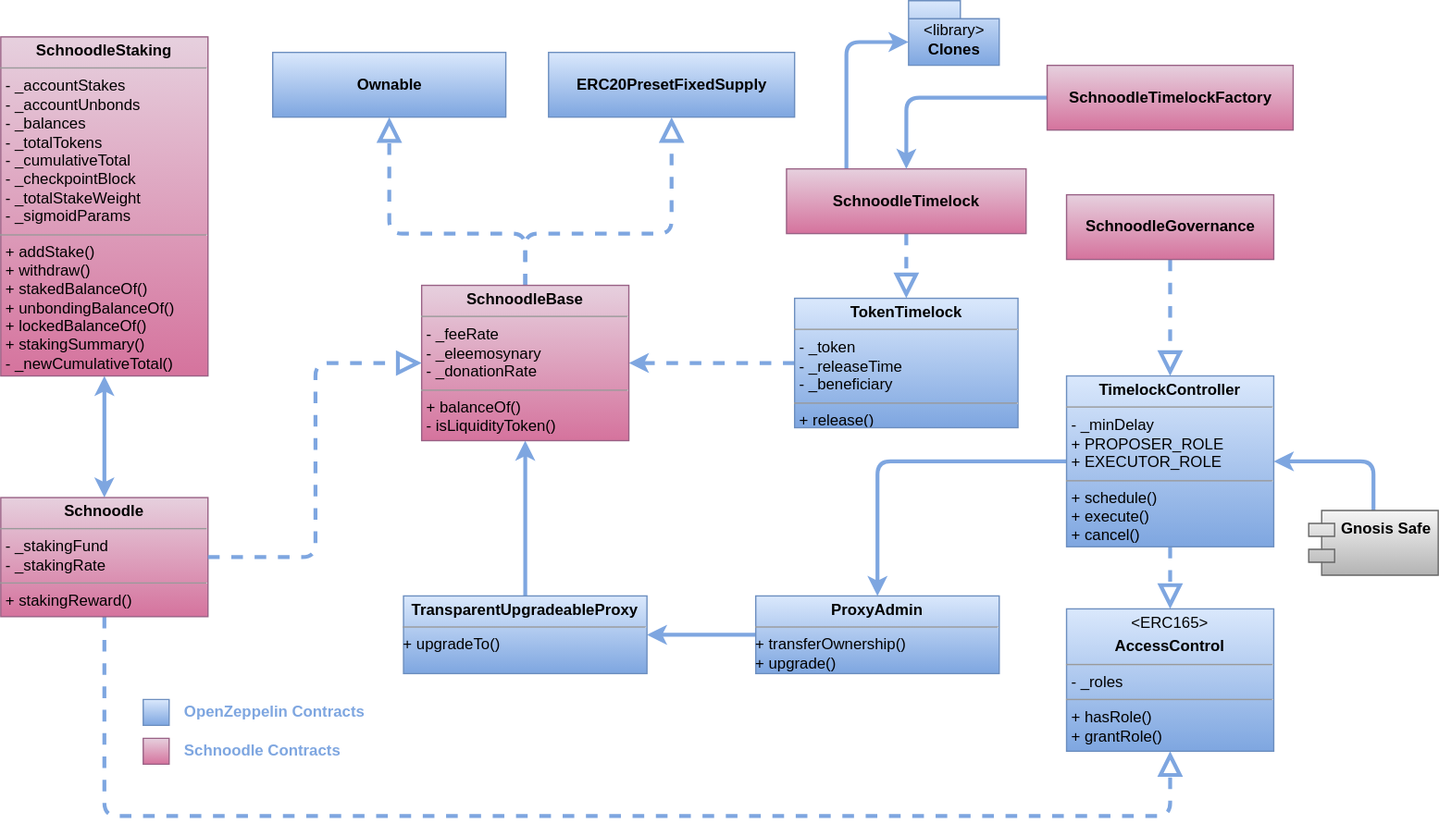
Above: docs/.gitbook/assets/architecture.svg in schnoodledao/contracts (draw.io), before the change. Source tidied: cells renumbered, new cells last; positions are measured from the earlier drawing's top-left corner, leaving out a move shared by most shapes.
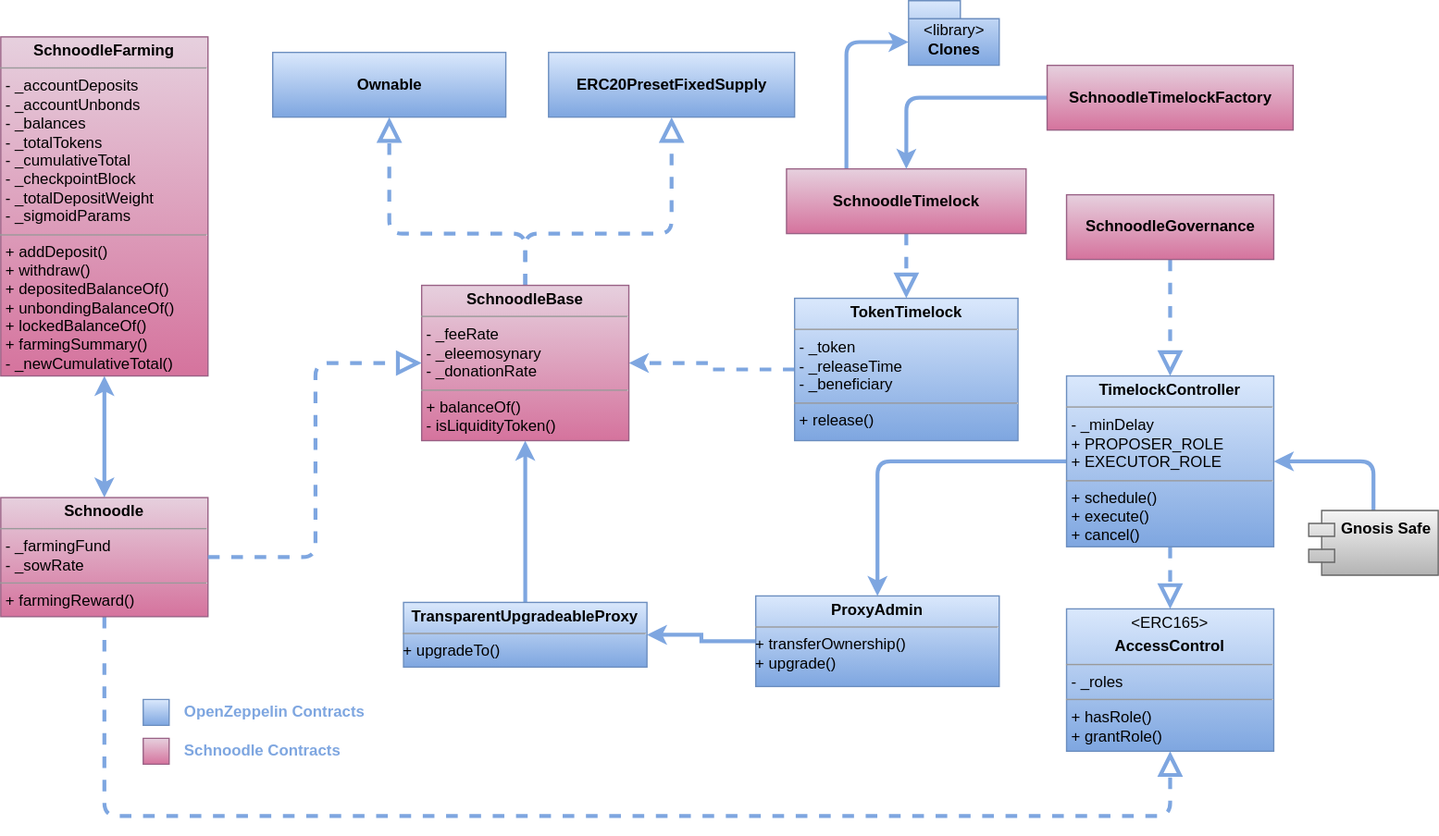
The same diagram one commit later.

What changed in the source:
```diff
@@ -47,7 +47,7 @@
       <mxGeometry relative="1" as="geometry" />
     </mxCell>
     <mxCell id="15" value="&lt;p style=&quot;margin: 0px ; margin-top: 4px ; text-align: center&quot;&gt;&lt;b&gt;TokenTimelock&lt;/b&gt;&lt;/p&gt;&lt;hr size=&quot;1&quot;&gt;&lt;p style=&quot;margin: 0px ; margin-left: 4px&quot;&gt;- _token&lt;/p&gt;&lt;p style=&quot;margin: 0px ; margin-left: 4px&quot;&gt;- _releaseTime&lt;br style=&quot;padding: 0px ; margin: 0px&quot;&gt;- _beneficiary&lt;br&gt;&lt;/p&gt;&lt;hr size=&quot;1&quot;&gt;&lt;p style=&quot;margin: 0px ; margin-left: 4px&quot;&gt;+ release()&lt;/p&gt;" style="verticalAlign=top;align=left;overflow=fill;fontSize=12;fontFamily=Helvetica;html=1;fillColor=#dae8fc;strokeColor=#6c8ebf;gradientColor=#7ea6e0;" parent="1" vertex="1">
-      <mxGeometry x="613" y="230" width="172.5" height="100" as="geometry" />
+      <mxGeometry x="613" y="230" width="172.5" height="110" as="geometry" />
     </mxCell>
     <mxCell id="16" style="edgeStyle=orthogonalEdgeStyle;rounded=1;jettySize=auto;html=1;exitX=0.5;exitY=0;exitDx=0;exitDy=0;entryX=0.5;entryY=1;entryDx=0;entryDy=0;strokeColor=#7EA6E0;strokeWidth=3;dashed=1;endArrow=block;endFill=0;endSize=12;" parent="1" edge="1" source="17" target="33">
       <mxGeometry relative="1" as="geometry">
@@ -64,10 +64,10 @@
       <mxGeometry x="823" y="290" width="160" height="132" as="geometry" />
     </mxCell>
     <mxCell id="19" value="&lt;p style=&quot;margin: 0px ; margin-top: 4px ; text-align: center&quot;&gt;&lt;b&gt;TransparentUpgradeableProxy&lt;/b&gt;&lt;/p&gt;&lt;hr size=&quot;1&quot;&gt;&lt;div style=&quot;height: 2px&quot;&gt;+ upgradeTo()&lt;/div&gt;" style="verticalAlign=top;align=left;overflow=fill;fontSize=12;fontFamily=Helvetica;html=1;fillColor=#dae8fc;strokeColor=#6c8ebf;gradientColor=#7ea6e0;" parent="1" vertex="1">
-      <mxGeometry x="311" y="460" width="188" height="60" as="geometry" />
+      <mxGeometry x="311" y="465" width="188" height="50" as="geometry" />
     </mxCell>
     <mxCell id="20" value="&lt;p style=&quot;margin: 0px ; margin-top: 4px ; text-align: center&quot;&gt;&lt;b&gt;ProxyAdmin&lt;/b&gt;&lt;/p&gt;&lt;hr size=&quot;1&quot;&gt;&lt;div style=&quot;height: 2px&quot;&gt;+ transferOwnership()&lt;br style=&quot;padding: 0px ; margin: 0px&quot;&gt;+ upgrade()&lt;br&gt;&lt;/div&gt;" style="verticalAlign=top;align=left;overflow=fill;fontSize=12;fontFamily=Helvetica;html=1;fillColor=#dae8fc;strokeColor=#6c8ebf;gradientColor=#7ea6e0;" parent="1" vertex="1">
-      <mxGeometry x="583" y="460" width="188" height="60" as="geometry" />
+      <mxGeometry x="583" y="460" width="188" height="70" as="geometry" />
     </mxCell>
     <mxCell id="21" value="Gnosis Safe" style="shape=module;align=left;spacingLeft=20;align=center;verticalAlign=top;fillColor=#f5f5f5;strokeColor=#666666;fontStyle=1;gradientColor=#b3b3b3;" parent="1" vertex="1">
       <mxGeometry x="1010" y="394" width="100" height="50" as="geometry" />
@@ -104,7 +104,7 @@
     <mxCell id="30" style="edgeStyle=orthogonalEdgeStyle;rounded=1;jettySize=auto;html=1;exitX=0.5;exitY=0;exitDx=0;exitDy=0;entryX=0.5;entryY=1;entryDx=0;entryDy=0;endArrow=classic;endFill=1;endSize=6;strokeColor=#7EA6E0;strokeWidth=3;startArrow=classic;startFill=1;" parent="1" edge="1" source="31" target="35">
       <mxGeometry relative="1" as="geometry" />
     </mxCell>
-    <mxCell id="31" value="&lt;p style=&quot;margin: 0px ; margin-top: 4px ; text-align: center&quot;&gt;&lt;b&gt;Schnoodle&lt;/b&gt;&lt;/p&gt;&lt;hr size=&quot;1&quot;&gt;&lt;p style=&quot;margin: 0px ; margin-left: 4px&quot;&gt;- _stakingFund&lt;br style=&quot;padding: 0px ; margin: 0px&quot;&gt;- _stakingRate&lt;/p&gt;&lt;hr size=&quot;1&quot;&gt;&lt;p style=&quot;margin: 0px ; margin-left: 4px&quot;&gt;+ stakingReward()&lt;/p&gt;" style="verticalAlign=top;align=left;overflow=fill;fontSize=12;fontFamily=Helvetica;html=1;fillColor=#e6d0de;strokeColor=#996185;gradientColor=#d5739d;" parent="1" vertex="1">
+    <mxCell id="31" value="&lt;p style=&quot;margin: 0px ; margin-top: 4px ; text-align: center&quot;&gt;&lt;b&gt;Schnoodle&lt;/b&gt;&lt;/p&gt;&lt;hr size=&quot;1&quot;&gt;&lt;p style=&quot;margin: 0px ; margin-left: 4px&quot;&gt;- _farmingFund&lt;br style=&quot;padding: 0px ; margin: 0px&quot;&gt;- _sowRate&lt;/p&gt;&lt;hr size=&quot;1&quot;&gt;&lt;p style=&quot;margin: 0px ; margin-left: 4px&quot;&gt;+ farmingReward()&lt;/p&gt;" style="verticalAlign=top;align=left;overflow=fill;fontSize=12;fontFamily=Helvetica;html=1;fillColor=#e6d0de;strokeColor=#996185;gradientColor=#d5739d;" parent="1" vertex="1">
       <mxGeometry y="384" width="160" height="92" as="geometry" />
     </mxCell>
     <mxCell id="32" style="endArrow=block;dashed=1;endFill=0;endSize=12;html=1;exitX=1;exitY=0.5;exitDx=0;exitDy=0;entryX=0;entryY=0.5;entryDx=0;entryDy=0;strokeColor=#7EA6E0;strokeWidth=3;edgeStyle=elbowEdgeStyle;" parent="1" edge="1" source="31" target="17">
@@ -116,7 +116,7 @@
     <mxCell id="34" value="&lt;p style=&quot;margin: 4px 0px 0px ; text-align: center&quot;&gt;&amp;lt;ERC165&amp;gt;&lt;/p&gt;&lt;p style=&quot;margin: 4px 0px 0px ; text-align: center&quot;&gt;&lt;b&gt;AccessControl&lt;/b&gt;&lt;/p&gt;&lt;hr size=&quot;1&quot;&gt;&lt;p style=&quot;margin: 0px ; margin-left: 4px&quot;&gt;- _roles&lt;br&gt;&lt;/p&gt;&lt;hr size=&quot;1&quot;&gt;&lt;p style=&quot;margin: 0px ; margin-left: 4px&quot;&gt;+ hasRole()&lt;br style=&quot;padding: 0px ; margin: 0px&quot;&gt;+ grantRole()&lt;br&gt;&lt;/p&gt;" style="verticalAlign=top;align=left;overflow=fill;fontSize=12;fontFamily=Helvetica;html=1;fillColor=#dae8fc;strokeColor=#6c8ebf;gradientColor=#7ea6e0;" parent="1" vertex="1">
       <mxGeometry x="823" y="470" width="160" height="110" as="geometry" />
     </mxCell>
-    <mxCell id="35" value="&lt;p style=&quot;margin: 0px ; margin-top: 4px ; text-align: center&quot;&gt;&lt;b&gt;SchnoodleStaking&lt;/b&gt;&lt;/p&gt;&lt;hr size=&quot;1&quot;&gt;&lt;p style=&quot;margin: 0px ; margin-left: 4px&quot;&gt;- _accountStakes&lt;br style=&quot;padding: 0px ; margin: 0px&quot;&gt;- _accountUnbonds&lt;br&gt;&lt;/p&gt;&lt;p style=&quot;margin: 0px ; margin-left: 4px&quot;&gt;- _balances&lt;/p&gt;&lt;p style=&quot;margin: 0px ; margin-left: 4px&quot;&gt;- _totalTokens&lt;/p&gt;&lt;p style=&quot;margin: 0px ; margin-left: 4px&quot;&gt;- _cumulativeTotal&lt;/p&gt;&lt;p style=&quot;margin: 0px ; margin-left: 4px&quot;&gt;- _checkpointBlock&lt;/p&gt;&lt;p style=&quot;margin: 0px ; margin-left: 4px&quot;&gt;- _totalStakeWeight&lt;/p&gt;&lt;p style=&quot;margin: 0px ; margin-left: 4px&quot;&gt;- _sigmoidParams&lt;/p&gt;&lt;hr size=&quot;1&quot;&gt;&lt;p style=&quot;margin: 0px ; margin-left: 4px&quot;&gt;+ addStake()&lt;br&gt;&lt;/p&gt;&lt;p style=&quot;margin: 0px ; margin-left: 4px&quot;&gt;+ withdraw()&lt;/p&gt;&lt;p style=&quot;margin: 0px ; margin-left: 4px&quot;&gt;+ stakedBalanceOf()&lt;/p&gt;&lt;p style=&quot;margin: 0px ; margin-left: 4px&quot;&gt;+ unbondingBalanceOf()&lt;/p&gt;&lt;p style=&quot;margin: 0px ; margin-left: 4px&quot;&gt;+ lockedBalanceOf()&lt;/p&gt;&lt;p style=&quot;margin: 0px ; margin-left: 4px&quot;&gt;+ stakingSummary()&lt;/p&gt;&lt;p style=&quot;margin: 0px ; margin-left: 4px&quot;&gt;- _newCumulativeTotal()&lt;/p&gt;" style="verticalAlign=top;align=left;overflow=fill;fontSize=12;fontFamily=Helvetica;html=1;fillColor=#e6d0de;strokeColor=#996185;gradientColor=#d5739d;" parent="1" vertex="1">
+    <mxCell id="35" value="&lt;p style=&quot;margin: 0px ; margin-top: 4px ; text-align: center&quot;&gt;&lt;b&gt;SchnoodleFarming&lt;/b&gt;&lt;/p&gt;&lt;hr size=&quot;1&quot;&gt;&lt;p style=&quot;margin: 0px ; margin-left: 4px&quot;&gt;- _accountDeposits&lt;br style=&quot;padding: 0px ; margin: 0px&quot;&gt;- _accountUnbonds&lt;br&gt;&lt;/p&gt;&lt;p style=&quot;margin: 0px ; margin-left: 4px&quot;&gt;- _balances&lt;/p&gt;&lt;p style=&quot;margin: 0px ; margin-left: 4px&quot;&gt;- _totalTokens&lt;/p&gt;&lt;p style=&quot;margin: 0px ; margin-left: 4px&quot;&gt;- _cumulativeTotal&lt;/p&gt;&lt;p style=&quot;margin: 0px ; margin-left: 4px&quot;&gt;- _checkpointBlock&lt;/p&gt;&lt;p style=&quot;margin: 0px ; margin-left: 4px&quot;&gt;- _totalDepositWeight&lt;/p&gt;&lt;p style=&quot;margin: 0px ; margin-left: 4px&quot;&gt;- _sigmoidParams&lt;/p&gt;&lt;hr size=&quot;1&quot;&gt;&lt;p style=&quot;margin: 0px ; margin-left: 4px&quot;&gt;+ addDeposit()&lt;br&gt;&lt;/p&gt;&lt;p style=&quot;margin: 0px ; margin-left: 4px&quot;&gt;+ withdraw()&lt;/p&gt;&lt;p style=&quot;margin: 0px ; margin-left: 4px&quot;&gt;+ depositedBalanceOf()&lt;/p&gt;&lt;p style=&quot;margin: 0px ; margin-left: 4px&quot;&gt;+ unbondingBalanceOf()&lt;/p&gt;&lt;p style=&quot;margin: 0px ; margin-left: 4px&quot;&gt;+ lockedBalanceOf()&lt;/p&gt;&lt;p style=&quot;margin: 0px ; margin-left: 4px&quot;&gt;+ farmingSummary()&lt;/p&gt;&lt;p style=&quot;margin: 0px ; margin-left: 4px&quot;&gt;- _newCumulativeTotal()&lt;/p&gt;" style="verticalAlign=top;align=left;overflow=fill;fontSize=12;fontFamily=Helvetica;html=1;fillColor=#e6d0de;strokeColor=#996185;gradientColor=#d5739d;" parent="1" vertex="1">
       <mxGeometry y="28" width="160" height="262" as="geometry" />
     </mxCell>
   </root>
```
